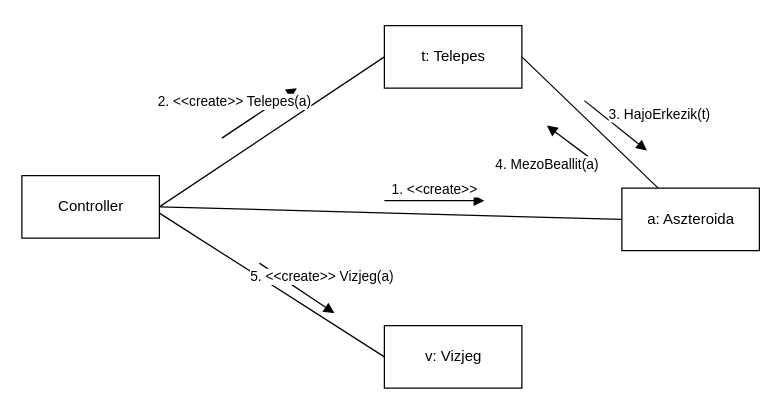
Before: doc/kommunikacio/kom_VizjegLerak.drawio in torpeBoiGo/aszteroidabanyaszat, a draw.io diagram. Source tidied: cells renumbered, new cells numbered last; positions are measured from the earlier drawing's top-left corner, leaving out a move shared by most shapes. Both pictures are drawn from the tidied source at 125%, with x=0, y=0 at pixel (21, 25).
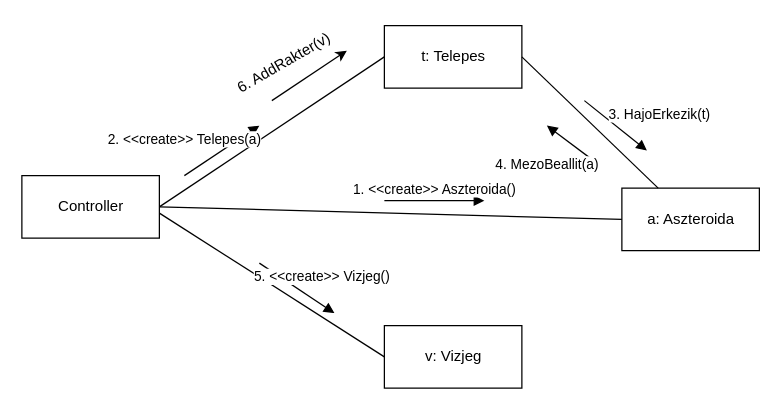
After the change.

Commit message:
Update kom_VizjegLerak.drawio: addrakter, parameter javitas

The edit, as a diff of the source:
```diff
@@
-    <mxCell id="9" value="1. &amp;lt;&amp;lt;create&amp;gt;&amp;gt;" style="html=1;verticalAlign=bottom;endArrow=block;" parent="1" edge="1">
+    <mxCell id="9" value="1. &amp;lt;&amp;lt;create&amp;gt;&amp;gt; Aszteroida()" style="html=1;verticalAlign=bottom;endArrow=block;" parent="1" edge="1">
       <mxGeometry relative="1" as="geometry">
         <mxPoint x="290" y="140" as="sourcePoint" />
         <mxPoint x="370" y="140" as="targetPoint" />
       </mxGeometry>
     </mxCell>
     <mxCell id="10" value="2. &amp;lt;&amp;lt;create&amp;gt;&amp;gt; Telepes(a)" style="html=1;verticalAlign=bottom;endArrow=block;" parent="1" edge="1">
-      <mxGeometry x="-0.46" y="11" relative="1" as="geometry">
-        <mxPoint x="160" y="90" as="sourcePoint" />
-        <mxPoint x="220" y="50" as="targetPoint" />
+      <mxGeometry x="-0.69" y="17" relative="1" as="geometry">
+        <mxPoint x="130" y="120" as="sourcePoint" />
+        <mxPoint x="190" y="80" as="targetPoint" />
       </mxGeometry>
     </mxCell>
@@
-    <mxCell id="14" value="5. &amp;lt;&amp;lt;create&amp;gt;&amp;gt; Vizjeg(a)" style="html=1;verticalAlign=bottom;endArrow=block;" parent="1" edge="1">
+    <mxCell id="14" value="5. &amp;lt;&amp;lt;create&amp;gt;&amp;gt; Vizjeg()" style="html=1;verticalAlign=bottom;endArrow=block;" parent="1" edge="1">
       <mxGeometry x="0.46" y="11" relative="1" as="geometry">
         <mxPoint x="190" y="190" as="sourcePoint" />
         <mxPoint x="250" y="230" as="targetPoint" />
       </mxGeometry>
     </mxCell>
+    <mxCell id="15" style="endArrow=classic;html=1;" parent="1" edge="1">
+      <mxGeometry relative="1" as="geometry">
+        <mxPoint x="200" y="60" as="sourcePoint" />
+        <mxPoint x="260" y="20" as="targetPoint" />
+      </mxGeometry>
+    </mxCell>
+    <mxCell id="16" value="6. AddRakter(v)" style="text;html=1;strokeColor=none;fillColor=none;align=center;verticalAlign=middle;whiteSpace=wrap;rounded=0;rotation=-30;" parent="1" vertex="1">
+      <mxGeometry x="160" y="20" width="100" height="20" as="geometry" />
+    </mxCell>
```
